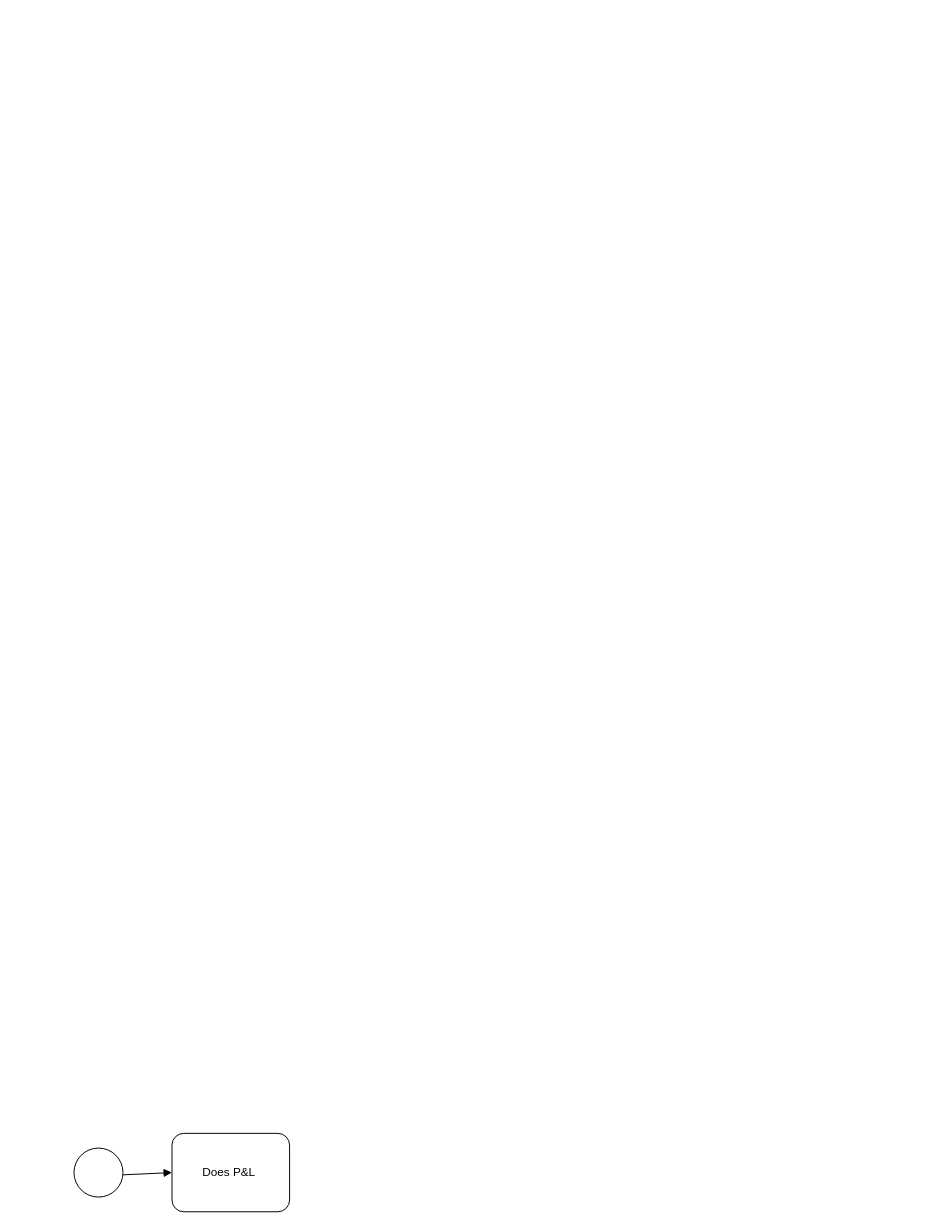
Earlier version of the draw.io diagram FRTB_Dividend_Decision_Graph.drawio (ahoecherl/drawio_graphs). Source tidied: cells renumbered, new cells numbered last; positions are measured from the earlier drawing's top-left corner, leaving out a move shared by most shapes. Both pictures are drawn from the tidied source at 98%, with x=0, y=0 at pixel (74, 1133).
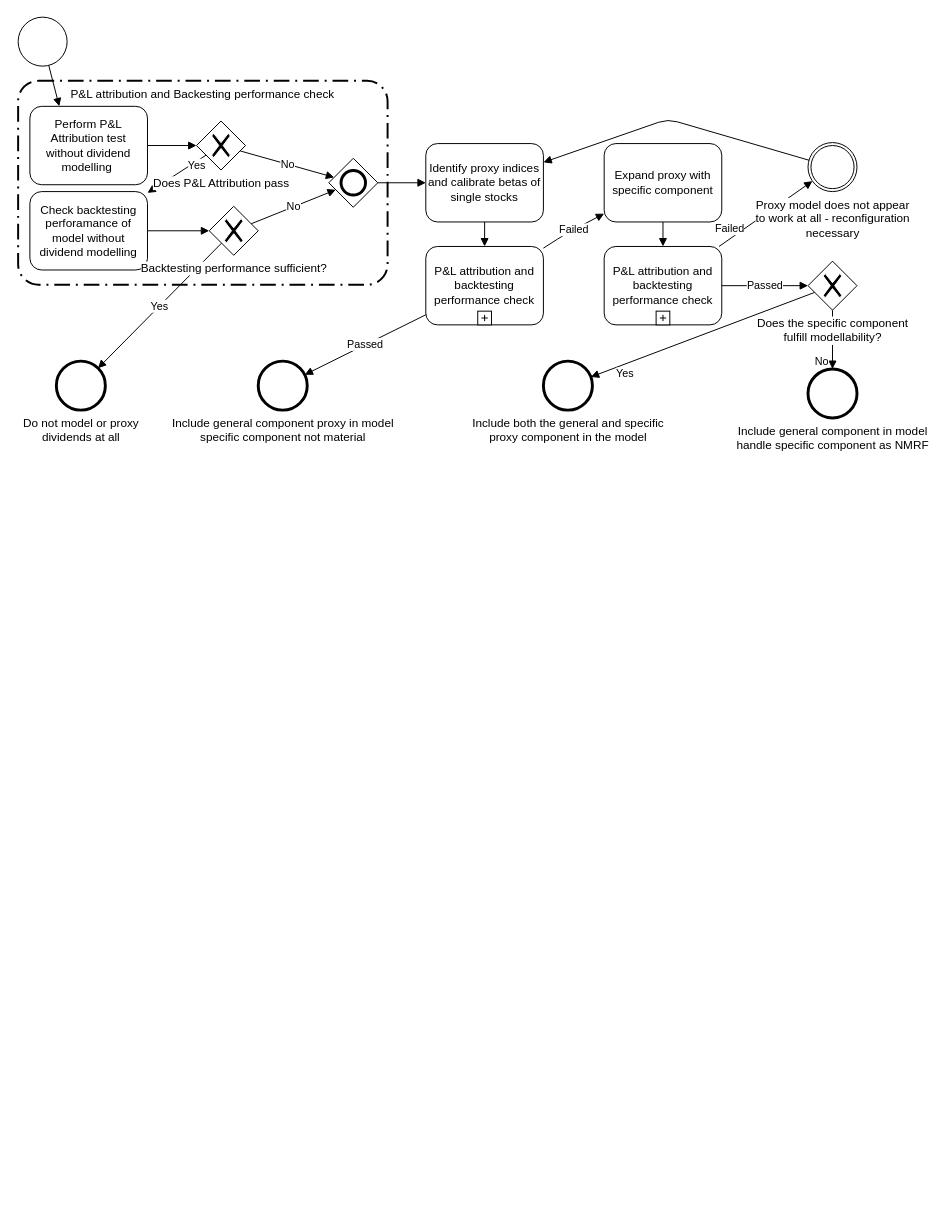
The same page after the edit.

What changed in the source:
```diff
@@
+    <mxCell id="5" value="No" style="endArrow=block;endFill=1;endSize=6;html=1;" parent="1" edge="1" source="31" target="30">
+      <mxGeometry x="0.74" y="-11" relative="1" as="geometry" />
+    </mxCell>
+    <mxCell id="6" value="P&amp;L attribution and Backesting performance check&#10;&#10;&#10;&#10;&#10;&#10;&#10;&#10;&#10;&#10;&#10;&#10;&#10;" style="rounded=1;arcSize=10;dashed=1;strokeColor=#000000;fillColor=none;gradientColor=none;dashPattern=8 3 1 3;strokeWidth=2;" parent="1" vertex="1">
+      <mxGeometry x="-57" y="-1074" width="377" height="208" as="geometry" />
+    </mxCell>
+    <mxCell id="7" value="Yes" style="endArrow=block;endFill=1;endSize=6;html=1;" parent="1" edge="1" source="10" target="12">
+      <mxGeometry x="-0.61" y="3" relative="1" as="geometry" />
+    </mxCell>
+    <mxCell id="8" value="Yes" style="endArrow=block;endFill=1;endSize=6;html=1;" parent="1" edge="1" source="16" target="15">
+      <mxGeometry relative="1" as="geometry" />
+    </mxCell>
+    <mxCell id="9" value="Yes" style="endArrow=block;endFill=1;endSize=6;html=1;" parent="1" edge="1" source="31" target="32">
+      <mxGeometry x="0.73" y="9" relative="1" as="geometry" />
+    </mxCell>
     <mxCell id="2" style="shape=mxgraph.bpmn.shape;html=1;verticalLabelPosition=bottom;labelBackgroundColor=#ffffff;verticalAlign=top;align=center;perimeter=ellipsePerimeter;outlineConnect=0;outline=standard;symbol=general;" parent="1" vertex="1">
-      <mxGeometry y="15" width="50" height="50" as="geometry" />
+      <mxGeometry x="-57" y="-1139" width="50" height="50" as="geometry" />
     </mxCell>
-    <mxCell id="3" value="Does P&amp;amp;L&amp;nbsp; " style="shape=ext;rounded=1;html=1;whiteSpace=wrap;" parent="1" vertex="1">
-      <mxGeometry x="100" width="120" height="80" as="geometry" />
+    <mxCell id="3" value="Perform P&amp;amp;L Attribution test without dividend modelling&amp;nbsp; " style="shape=ext;rounded=1;html=1;whiteSpace=wrap;" parent="1" vertex="1">
+      <mxGeometry x="-45" y="-1048" width="120" height="80" as="geometry" />
     </mxCell>
-    <mxCell id="4" style="endArrow=block;endFill=1;endSize=6;html=1;" parent="1" edge="1" source="2" target="3">
+    <mxCell id="4" style="endArrow=block;endFill=1;endSize=6;html=1;entryX=0.25;entryY=0;entryDx=0;entryDy=0;" parent="1" edge="1" source="2" target="3">
       <mxGeometry relative="1" as="geometry" />
     </mxCell>
+    <mxCell id="10" value="Does P&amp;amp;L Attribution pass" style="shape=mxgraph.bpmn.shape;html=1;verticalLabelPosition=bottom;labelBackgroundColor=#ffffff;verticalAlign=top;align=center;perimeter=rhombusPerimeter;background=gateway;outlineConnect=0;outline=none;symbol=exclusiveGw;direction=east;" parent="1" vertex="1">
+      <mxGeometry x="125" y="-1033" width="50" height="50" as="geometry" />
+    </mxCell>
+    <mxCell id="11" style="endArrow=block;endFill=1;endSize=6;html=1;" parent="1" edge="1" source="3" target="10">
+      <mxGeometry relative="1" as="geometry" />
+    </mxCell>
+    <mxCell id="12" value="Check backtesting perforamance of model without dividend modelling" style="shape=ext;rounded=1;html=1;whiteSpace=wrap;" parent="1" vertex="1">
+      <mxGeometry x="-45" y="-961" width="120" height="80" as="geometry" />
+    </mxCell>
+    <mxCell id="13" value="Identify proxy indices and calibrate betas of single stocks" style="shape=ext;rounded=1;html=1;whiteSpace=wrap;" parent="1" vertex="1">
+      <mxGeometry x="359" y="-1010" width="120" height="80" as="geometry" />
+    </mxCell>
+    <mxCell id="14" value="No" style="endArrow=block;endFill=1;endSize=6;html=1;" parent="1" edge="1" source="10" target="17">
+      <mxGeometry relative="1" as="geometry" />
+    </mxCell>
+    <mxCell id="15" value="&lt;div&gt;Do not model or proxy&lt;/div&gt;&lt;div&gt; dividends at all&lt;/div&gt;" style="shape=mxgraph.bpmn.shape;html=1;verticalLabelPosition=bottom;labelBackgroundColor=#ffffff;verticalAlign=top;align=center;perimeter=ellipsePerimeter;outlineConnect=0;outline=end;symbol=general;" parent="1" vertex="1">
+      <mxGeometry x="-18" y="-788" width="50" height="50" as="geometry" />
+    </mxCell>
+    <mxCell id="16" value="Backtesting performance sufficient?" style="shape=mxgraph.bpmn.shape;html=1;verticalLabelPosition=bottom;labelBackgroundColor=#ffffff;verticalAlign=top;align=center;perimeter=rhombusPerimeter;background=gateway;outlineConnect=0;outline=none;symbol=exclusiveGw;" parent="1" vertex="1">
+      <mxGeometry x="138" y="-946" width="50" height="50" as="geometry" />
+    </mxCell>
+    <mxCell id="17" style="shape=mxgraph.bpmn.shape;html=1;verticalLabelPosition=bottom;labelBackgroundColor=#ffffff;verticalAlign=top;align=center;perimeter=rhombusPerimeter;background=gateway;outlineConnect=0;outline=end;symbol=general;" parent="1" vertex="1">
+      <mxGeometry x="260" y="-995" width="50" height="50" as="geometry" />
+    </mxCell>
+    <mxCell id="18" style="endArrow=block;endFill=1;endSize=6;html=1;" parent="1" edge="1" source="12" target="16">
+      <mxGeometry relative="1" as="geometry" />
+    </mxCell>
+    <mxCell id="19" value="No" style="endArrow=block;endFill=1;endSize=6;html=1;" parent="1" edge="1" source="16" target="17">
+      <mxGeometry relative="1" as="geometry" />
+    </mxCell>
+    <mxCell id="20" style="endArrow=block;endFill=1;endSize=6;html=1;" parent="1" edge="1" source="17" target="13">
+      <mxGeometry relative="1" as="geometry" />
+    </mxCell>
+    <mxCell id="21" style="endArrow=block;endFill=1;endSize=6;html=1;" parent="1" edge="1" source="13" target="22">
+      <mxGeometry relative="1" as="geometry" />
+    </mxCell>
+    <mxCell id="22" value="P&amp;amp;L attribution and backtesting performance check" style="html=1;whiteSpace=wrap;rounded=1;" parent="1" vertex="1">
+      <mxGeometry x="359" y="-905" width="120" height="80" as="geometry" />
+    </mxCell>
+    <mxCell id="23" style="html=1;shape=plus;" parent="22" vertex="1">
+      <mxGeometry x="0.5" y="1" width="14" height="14" relative="1" as="geometry">
+        <mxPoint x="-7" y="-14" as="offset" />
+      </mxGeometry>
+    </mxCell>
+    <mxCell id="24" value="&lt;div&gt;Include general component proxy in model&lt;br&gt;&lt;/div&gt;&lt;div&gt;specific component not material&lt;br&gt;&lt;/div&gt;" style="shape=mxgraph.bpmn.shape;html=1;verticalLabelPosition=bottom;labelBackgroundColor=#ffffff;verticalAlign=top;align=center;perimeter=ellipsePerimeter;outlineConnect=0;outline=end;symbol=general;" parent="1" vertex="1">
+      <mxGeometry x="188" y="-788" width="50" height="50" as="geometry" />
+    </mxCell>
+    <mxCell id="25" value="Passed" style="endArrow=block;endFill=1;endSize=6;html=1;" parent="1" edge="1" source="22" target="24">
+      <mxGeometry relative="1" as="geometry" />
+    </mxCell>
+    <mxCell id="26" value="Failed" style="endArrow=block;endFill=1;endSize=6;html=1;" parent="1" edge="1" source="22" target="27">
+      <mxGeometry relative="1" as="geometry">
+        <Array as="points">
+          <mxPoint x="502" y="-918" />
+        </Array>
+      </mxGeometry>
+    </mxCell>
+    <mxCell id="27" value="Expand proxy with specific component" style="shape=ext;rounded=1;html=1;whiteSpace=wrap;" parent="1" vertex="1">
+      <mxGeometry x="541" y="-1010" width="120" height="80" as="geometry" />
+    </mxCell>
+    <mxCell id="28" value="P&amp;amp;L attribution and backtesting performance check" style="html=1;whiteSpace=wrap;rounded=1;" parent="1" vertex="1">
+      <mxGeometry x="541" y="-905" width="120" height="80" as="geometry" />
+    </mxCell>
+    <mxCell id="29" style="html=1;shape=plus;" parent="28" vertex="1">
+      <mxGeometry x="0.5" y="1" width="14" height="14" relative="1" as="geometry">
+        <mxPoint x="-7" y="-14" as="offset" />
+      </mxGeometry>
+    </mxCell>
+    <mxCell id="30" value="Include general component in model&lt;br&gt;handle specific component as NMRF" style="shape=mxgraph.bpmn.shape;html=1;verticalLabelPosition=bottom;labelBackgroundColor=#ffffff;verticalAlign=top;align=center;perimeter=ellipsePerimeter;outlineConnect=0;outline=end;symbol=general;" parent="1" vertex="1">
+      <mxGeometry x="749" y="-780" width="50" height="50" as="geometry" />
+    </mxCell>
+    <mxCell id="31" value="&lt;div&gt;Does the specific component&lt;/div&gt;&lt;div&gt;fulfill modellability?&lt;br&gt;&lt;/div&gt;" style="shape=mxgraph.bpmn.shape;html=1;verticalLabelPosition=bottom;labelBackgroundColor=#ffffff;verticalAlign=top;align=center;perimeter=rhombusPerimeter;background=gateway;outlineConnect=0;outline=none;symbol=exclusiveGw;" parent="1" vertex="1">
+      <mxGeometry x="749" y="-890" width="50" height="50" as="geometry" />
+    </mxCell>
+    <mxCell id="32" value="Include both the general and specific&lt;br&gt;proxy component in the model" style="shape=mxgraph.bpmn.shape;html=1;verticalLabelPosition=bottom;labelBackgroundColor=#ffffff;verticalAlign=top;align=center;perimeter=ellipsePerimeter;outlineConnect=0;outline=end;symbol=general;" parent="1" vertex="1">
+      <mxGeometry x="479" y="-788" width="50" height="50" as="geometry" />
+    </mxCell>
+    <mxCell id="33" style="endArrow=block;endFill=1;endSize=6;html=1;" parent="1" edge="1" source="27" target="28">
+      <mxGeometry relative="1" as="geometry" />
+    </mxCell>
+    <mxCell id="34" value="Passed" style="endArrow=block;endFill=1;endSize=6;html=1;" parent="1" edge="1" source="28" target="31">
+      <mxGeometry relative="1" as="geometry" />
+    </mxCell>
+    <mxCell id="35" value="Failed" style="endArrow=block;endFill=1;endSize=6;html=1;" parent="1" edge="1" source="28" target="36">
+      <mxGeometry x="-0.68" y="9" relative="1" as="geometry" />
+    </mxCell>
+    <mxCell id="36" value="&lt;div&gt;Proxy model does not appear&lt;/div&gt;&lt;div&gt;to work at all - reconfiguration&lt;/div&gt;&lt;div&gt;necessary&lt;br&gt;&lt;/div&gt;" style="shape=mxgraph.bpmn.shape;html=1;verticalLabelPosition=bottom;labelBackgroundColor=#ffffff;verticalAlign=top;align=center;perimeter=ellipsePerimeter;outlineConnect=0;outline=throwing;symbol=general;" parent="1" vertex="1">
+      <mxGeometry x="749" y="-1011" width="50" height="50" as="geometry" />
+    </mxCell>
+    <mxCell id="37" style="endArrow=block;endFill=1;endSize=6;html=1;" parent="1" edge="1" source="36" target="13">
+      <mxGeometry relative="1" as="geometry">
+        <Array as="points">
+          <mxPoint x="606" y="-1035" />
+        </Array>
+      </mxGeometry>
+    </mxCell>
```
